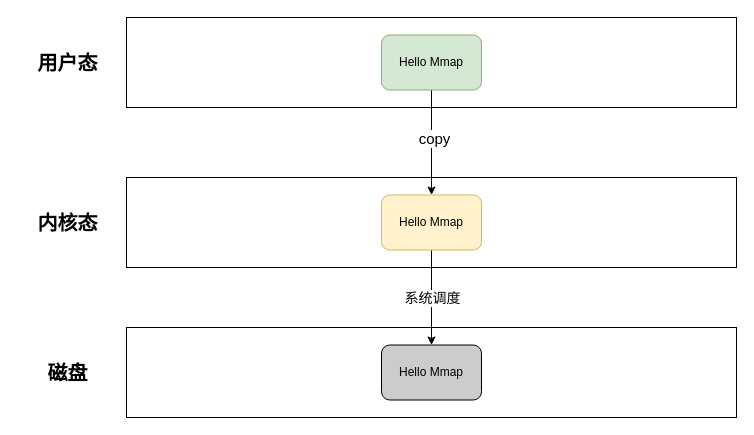
Earlier version of the draw.io diagram files/Untitled Diagram.drawio (liqianggh/liqiang-leaning). Source tidied: cells renumbered, new cells numbered last; positions are measured from the earlier drawing's top-left corner, leaving out a move shared by most shapes. Both pictures are drawn from the tidied source at 100%, with x=0, y=0 at pixel (17, 17).
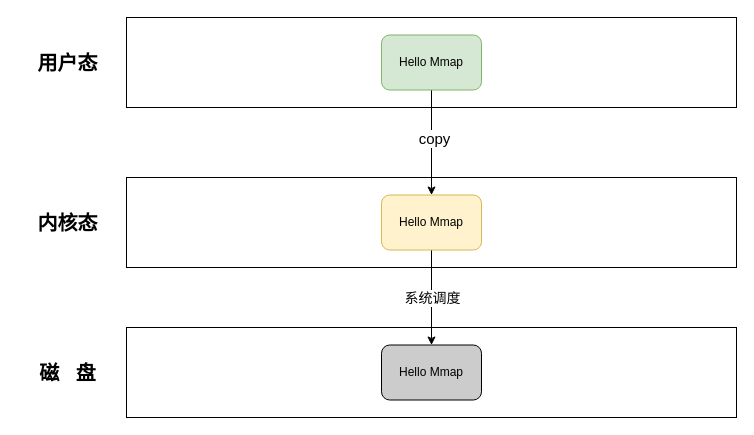
After the change.

Diff of the diagram source:
```diff
@@
 <mxGraphModel>
   <root>
     <mxCell id="0" />
     <mxCell id="1" parent="0" />
     <mxCell id="2" style="rounded=0;whiteSpace=wrap;html=1;sketch=0;" parent="1" vertex="1">
       <mxGeometry x="109" y="310" width="610" height="90" as="geometry" />
     </mxCell>
     <mxCell id="3" style="rounded=0;whiteSpace=wrap;html=1;sketch=0;" parent="1" vertex="1">
       <mxGeometry x="109" width="610" height="90" as="geometry" />
     </mxCell>
     <mxCell id="4" style="rounded=0;whiteSpace=wrap;html=1;sketch=0;" parent="1" vertex="1">
       <mxGeometry x="109" y="160" width="610" height="90" as="geometry" />
     </mxCell>
     <mxCell id="5" value="&lt;font style=&quot;font-size: 20px&quot;&gt;用户态&lt;/font&gt;" style="text;strokeColor=none;fillColor=none;html=1;fontSize=24;fontStyle=1;verticalAlign=middle;align=center;rounded=0;sketch=0;" parent="1" vertex="1">
       <mxGeometry y="25" width="100" height="40" as="geometry" />
     </mxCell>
     <mxCell id="6" value="&lt;font style=&quot;font-size: 20px&quot;&gt;内核态&lt;/font&gt;" style="text;strokeColor=none;fillColor=none;html=1;fontSize=24;fontStyle=1;verticalAlign=middle;align=center;rounded=0;sketch=0;" parent="1" vertex="1">
       <mxGeometry y="185" width="100" height="40" as="geometry" />
     </mxCell>
-    <mxCell id="7" value="&lt;font style=&quot;font-size: 20px&quot;&gt;磁盘&lt;/font&gt;" style="text;strokeColor=none;fillColor=none;html=1;fontSize=24;fontStyle=1;verticalAlign=middle;align=center;rounded=0;sketch=0;" parent="1" vertex="1">
+    <mxCell id="7" value="&lt;font style=&quot;font-size: 20px&quot;&gt;磁&amp;nbsp; &amp;nbsp;盘&lt;/font&gt;" style="text;strokeColor=none;fillColor=none;html=1;fontSize=24;fontStyle=1;verticalAlign=middle;align=center;rounded=0;sketch=0;" parent="1" vertex="1">
       <mxGeometry y="335" width="100" height="40" as="geometry" />
     </mxCell>
     <mxCell id="8" style="edgeStyle=orthogonalEdgeStyle;curved=0;rounded=1;sketch=0;jettySize=auto;html=1;exitX=0.5;exitY=1;exitDx=0;exitDy=0;entryX=0.5;entryY=0;entryDx=0;entryDy=0;" parent="1" edge="1" source="10" target="13">
       <mxGeometry relative="1" as="geometry" />
     </mxCell>
     <mxCell id="9" value="&lt;font style=&quot;font-size: 15px&quot;&gt;copy&lt;/font&gt;" style="edgeLabel;html=1;align=center;verticalAlign=middle;" parent="8" vertex="1">
       <mxGeometry x="-0.11" y="2" relative="1" as="geometry">
         <mxPoint y="1" as="offset" />
       </mxGeometry>
     </mxCell>
     <mxCell id="10" value="Hello Mmap" style="rounded=1;whiteSpace=wrap;html=1;sketch=0;fillColor=#d5e8d4;strokeColor=#82b366;" parent="1" vertex="1">
       <mxGeometry x="364" y="17.5" width="100" height="55" as="geometry" />
     </mxCell>
     <mxCell id="11" style="edgeStyle=orthogonalEdgeStyle;curved=0;rounded=1;sketch=0;jettySize=auto;html=1;exitX=0.5;exitY=1;exitDx=0;exitDy=0;entryX=0.5;entryY=0;entryDx=0;entryDy=0;" parent="1" edge="1" source="13" target="14">
       <mxGeometry relative="1" as="geometry" />
     </mxCell>
     <mxCell id="12" value="&lt;font style=&quot;font-size: 14px&quot;&gt;系统调度&lt;/font&gt;" style="edgeLabel;html=1;align=center;verticalAlign=middle;" parent="11" vertex="1">
       <mxGeometry x="-0.29" y="2" relative="1" as="geometry">
         <mxPoint x="-2" y="13.5" as="offset" />
       </mxGeometry>
     </mxCell>
     <mxCell id="13" value="Hello Mmap" style="rounded=1;whiteSpace=wrap;html=1;sketch=0;fillColor=#fff2cc;strokeColor=#d6b656;" parent="1" vertex="1">
       <mxGeometry x="364" y="177.5" width="100" height="55" as="geometry" />
     </mxCell>
     <mxCell id="14" value="Hello Mmap" style="rounded=1;whiteSpace=wrap;html=1;sketch=0;fillColor=#CCCCCC;" parent="1" vertex="1">
       <mxGeometry x="364" y="327.5" width="100" height="55" as="geometry" />
     </mxCell>
   </root>
 </mxGraphModel>
```
